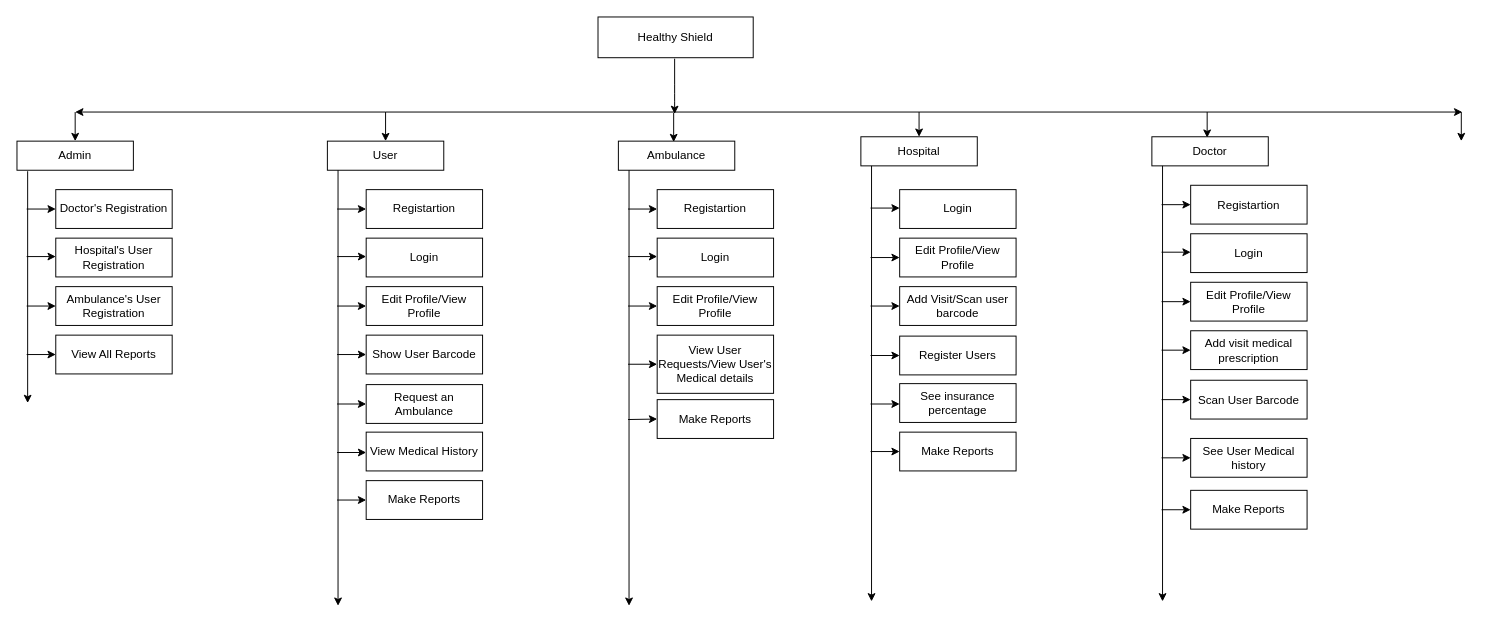
Above: Untitled Diagram (2).drawio in abdelrahmanbonna/Healthy_Shield_Analysis (draw.io), before the change. Source tidied: cells renumbered, new cells numbered last; positions are measured from the earlier drawing's top-left corner, leaving out a move shared by most shapes. Both pictures are drawn from the tidied source at 97%, with x=0, y=0 at pixel (16, 16).
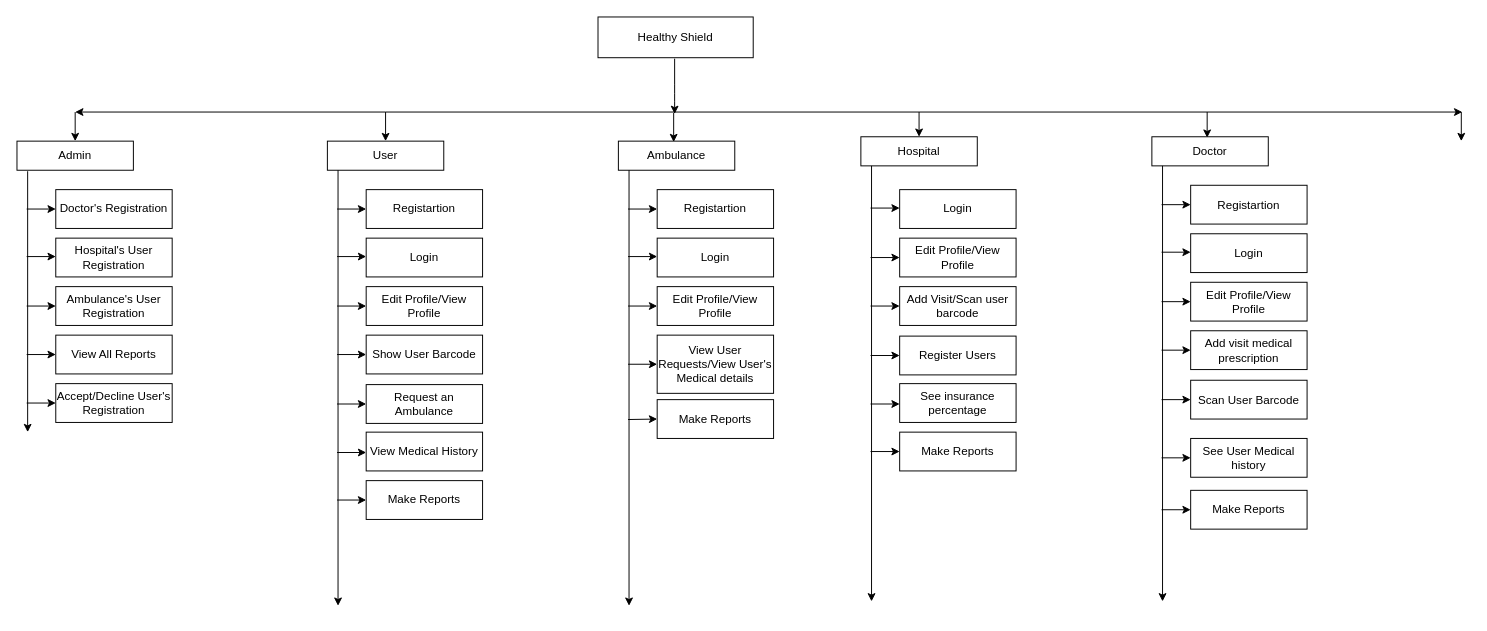
The same diagram, later.

Commit message:
Another small modification on FD diagram

simple modification on Admin functions

What changed in the source:
```diff
@@
     <mxCell id="7" style="endArrow=classic;html=1;exitX=0.142;exitY=1.1;exitDx=0;exitDy=0;exitPerimeter=0;" parent="1" edge="1">
       <mxGeometry relative="1" as="geometry">
         <mxPoint x="11" y="159" as="sourcePoint" />
-        <mxPoint x="11" y="398" as="targetPoint" />
+        <mxPoint x="11" y="428" as="targetPoint" />
       </mxGeometry>
     </mxCell>
@@
+    <mxCell id="80" value="Accept/Decline User's Registration" style="rounded=0;whiteSpace=wrap;html=1;" parent="1" vertex="1">
+      <mxGeometry x="40" y="378" width="120" height="40" as="geometry" />
+    </mxCell>
+    <mxCell id="81" style="endArrow=classic;html=1;entryX=0;entryY=0.5;entryDx=0;entryDy=0;" parent="1" edge="1" target="80">
+      <mxGeometry relative="1" as="geometry">
+        <mxPoint x="10" y="398" as="sourcePoint" />
+      </mxGeometry>
+    </mxCell>
```
